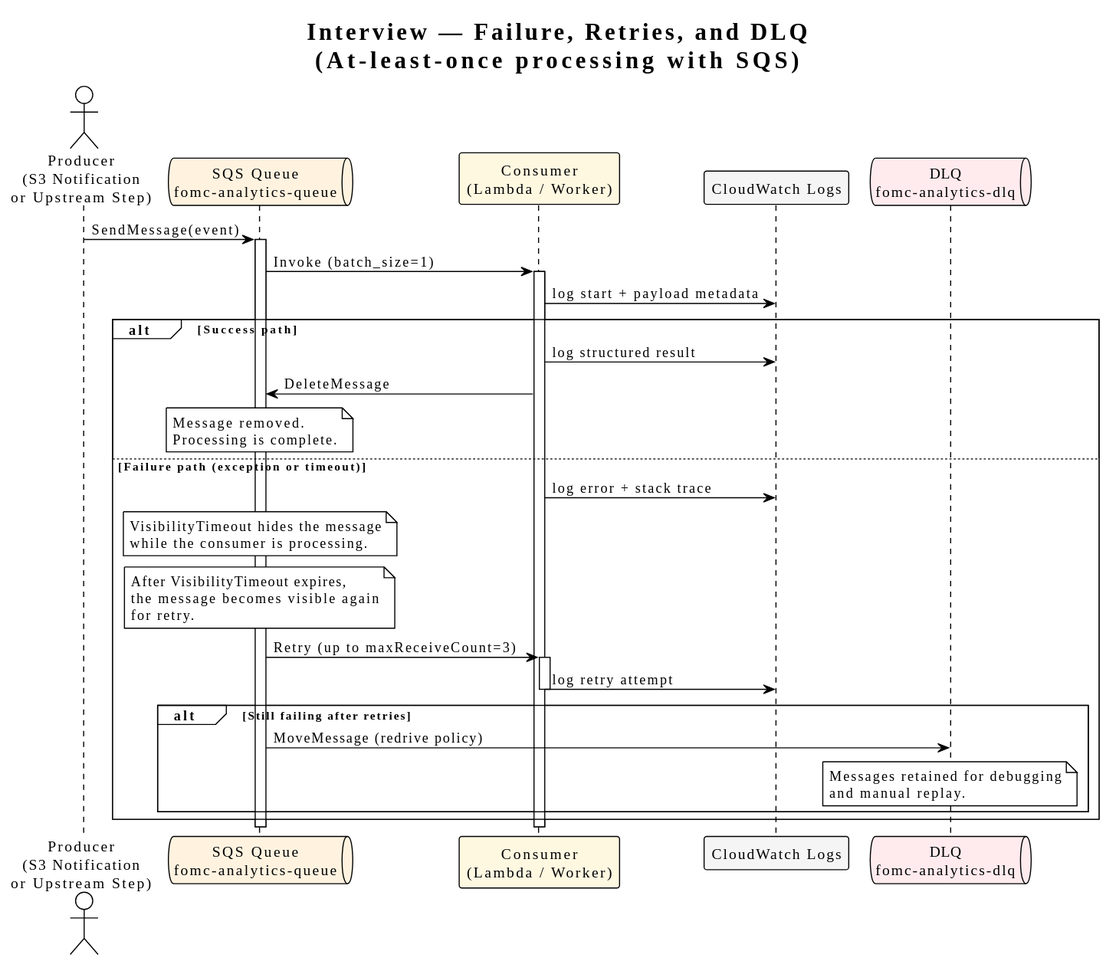
This is site/diagrams/interview-failure-retry.svg from TechR10n/fomc-agent, a PlantUML export, as it was before one commit.
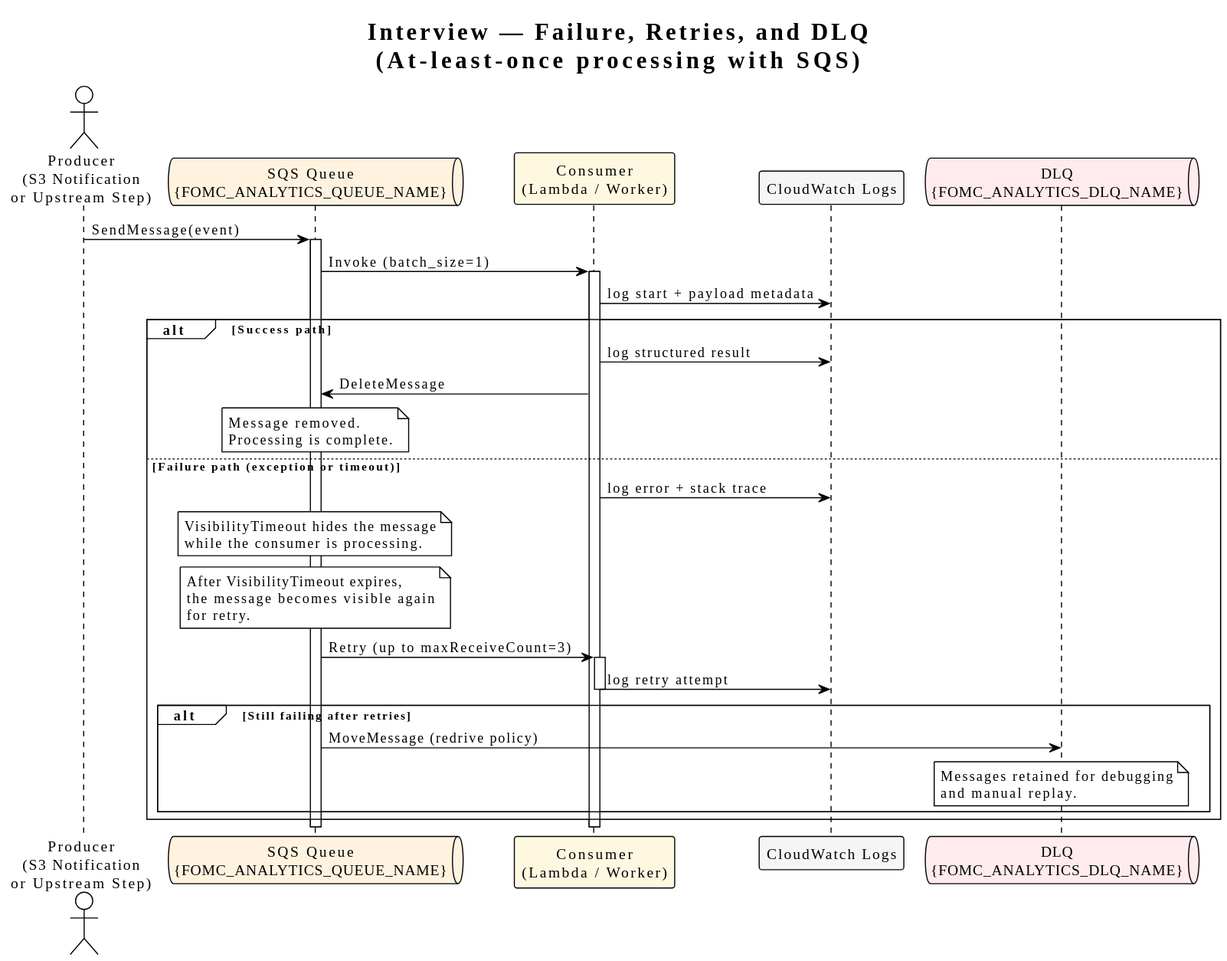
The same file after the commit.

Change to the diagram source:
```diff
@@ -3,10 +3,10 @@
 title Interview — Failure, Retries, and DLQ\n(At-least-once processing with SQS)
 
 actor "Producer\n(S3 Notification\nor Upstream Step)" as Producer
-queue "SQS Queue\nfomc-analytics-queue" as Q #FFF3E0
+queue "SQS Queue\n{FOMC_ANALYTICS_QUEUE_NAME}" as Q #FFF3E0
 participant "Consumer\n(Lambda / Worker)" as Worker #FFF8E1
 participant "CloudWatch Logs" as Logs #F5F5F5
-queue "DLQ\nfomc-analytics-dlq" as DLQ #FFEBEE
+queue "DLQ\n{FOMC_ANALYTICS_DLQ_NAME}" as DLQ #FFEBEE
 
 Producer -> Q : SendMessage(event)
 activate Q
```
